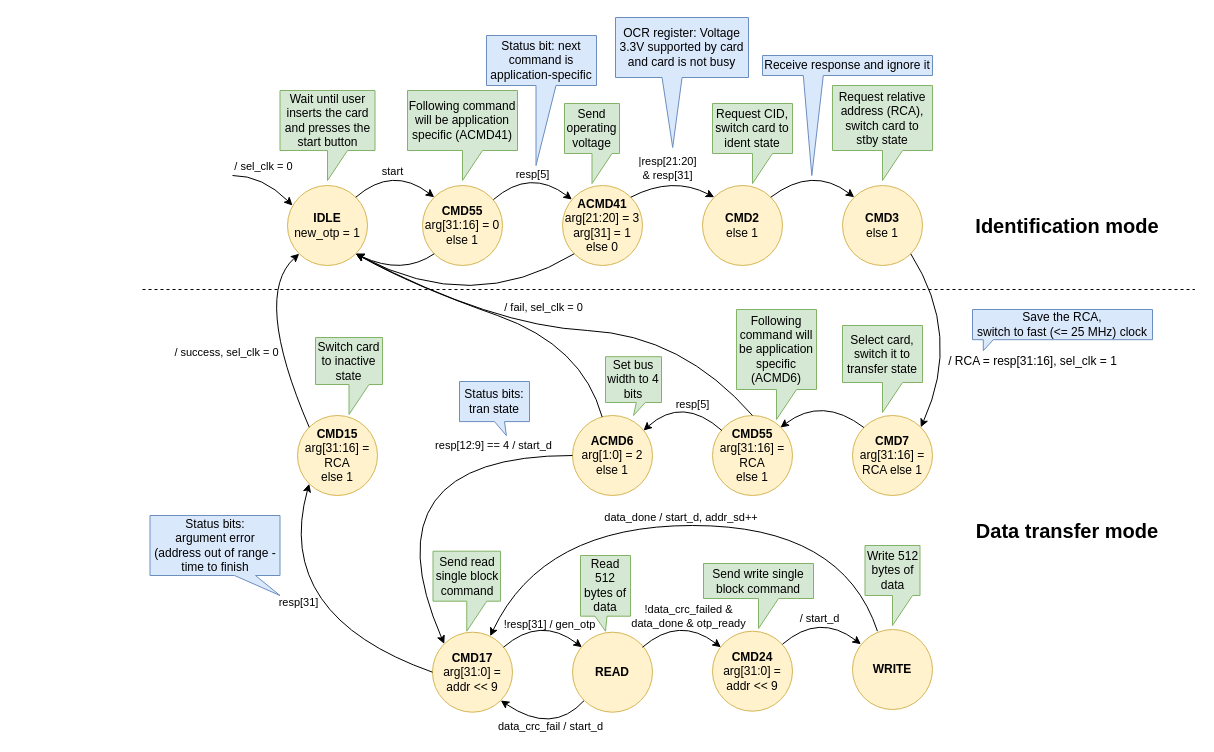
Before: docs/SD/SD_fpga_states.drawio in sirazenkov/GhostSD, a draw.io diagram. Source tidied: cells renumbered, new cells numbered last; positions are measured from the earlier drawing's top-left corner, leaving out a move shared by most shapes. Both pictures are drawn from the tidied source at 100%, with x=0, y=0 at pixel (142, 17).
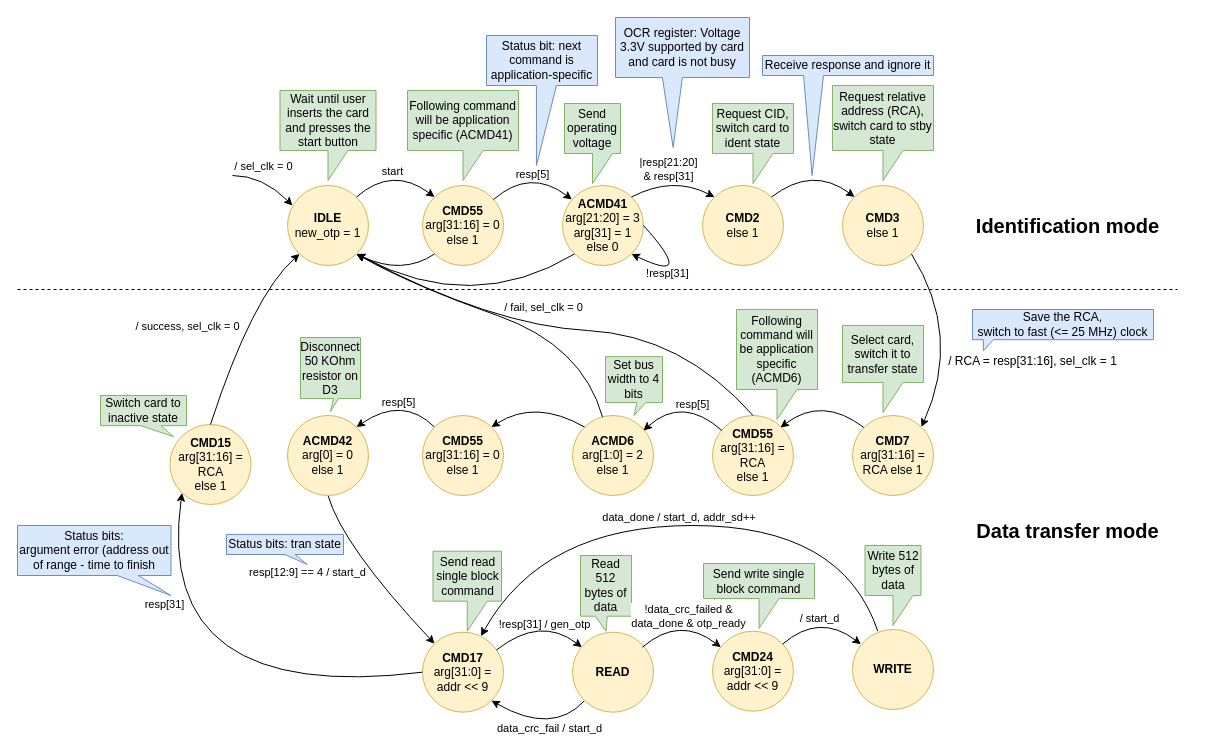
After the change.

Commit message (it also covers changes not shown here):
Added ACMD42 command on diagram and ACMD41 cycle

Change to the diagram source:
```diff
@@
     <mxCell id="2" value="&lt;b&gt;IDLE&lt;/b&gt;&lt;br&gt;new_otp = 1" style="ellipse;whiteSpace=wrap;html=1;fillColor=#fff2cc;strokeColor=#d6b656;" parent="1" vertex="1">
-      <mxGeometry x="145" y="168" width="80" height="80" as="geometry" />
+      <mxGeometry x="145" y="168" width="81" height="80" as="geometry" />
     </mxCell>
     <mxCell id="3" value="&lt;b&gt;CMD55&lt;br&gt;&lt;/b&gt;arg[31:16] = 0&lt;br&gt;else 1" style="ellipse;whiteSpace=wrap;html=1;fillColor=#fff2cc;strokeColor=#d6b656;" parent="1" vertex="1">
-      <mxGeometry x="280" y="168" width="80" height="80" as="geometry" />
+      <mxGeometry x="280" y="168" width="81" height="80" as="geometry" />
     </mxCell>
@@
     <mxCell id="8" value="&lt;b&gt;ACMD41&lt;/b&gt;&lt;br&gt;arg[21:20] = 3&lt;br&gt;arg[31] = 1&lt;br&gt;else 0" style="ellipse;whiteSpace=wrap;html=1;fillColor=#fff2cc;strokeColor=#d6b656;" parent="1" vertex="1">
-      <mxGeometry x="420" y="168" width="80" height="80" as="geometry" />
+      <mxGeometry x="420" y="168" width="81" height="80" as="geometry" />
     </mxCell>
@@
     <mxCell id="13" value="&lt;b&gt;CMD2&lt;/b&gt;&lt;br&gt;else 1" style="ellipse;whiteSpace=wrap;html=1;fillColor=#fff2cc;strokeColor=#d6b656;" parent="1" vertex="1">
-      <mxGeometry x="560" y="168" width="80" height="80" as="geometry" />
+      <mxGeometry x="560" y="168" width="81" height="80" as="geometry" />
     </mxCell>
@@
     <mxCell id="15" value="&lt;b&gt;CMD3&lt;/b&gt;&lt;br&gt;else 1" style="ellipse;whiteSpace=wrap;html=1;fillColor=#fff2cc;strokeColor=#d6b656;" parent="1" vertex="1">
-      <mxGeometry x="700" y="168" width="80" height="80" as="geometry" />
+      <mxGeometry x="700" y="168" width="81" height="80" as="geometry" />
     </mxCell>
@@
     <mxCell id="19" value="&lt;b&gt;CMD7&lt;/b&gt;&lt;br&gt;arg[31:16] = RCA else 1" style="ellipse;whiteSpace=wrap;html=1;fillColor=#fff2cc;strokeColor=#d6b656;" parent="1" vertex="1">
-      <mxGeometry x="710" y="398" width="80" height="80" as="geometry" />
+      <mxGeometry x="710" y="398" width="81" height="80" as="geometry" />
     </mxCell>
     <mxCell id="20" value="&lt;b&gt;CMD55&lt;/b&gt;&lt;br&gt;arg[31:16] = RCA&lt;br&gt;else 1" style="ellipse;whiteSpace=wrap;html=1;fillColor=#fff2cc;strokeColor=#d6b656;" parent="1" vertex="1">
-      <mxGeometry x="570" y="398" width="80" height="80" as="geometry" />
+      <mxGeometry x="570" y="398" width="81" height="80" as="geometry" />
     </mxCell>
@@
     <mxCell id="22" value="&lt;b&gt;ACMD6&lt;/b&gt;&lt;br&gt;arg[1:0] = 2&lt;br&gt;else 1" style="ellipse;whiteSpace=wrap;html=1;fillColor=#fff2cc;strokeColor=#d6b656;" parent="1" vertex="1">
-      <mxGeometry x="430" y="398" width="80" height="80" as="geometry" />
+      <mxGeometry x="430" y="398" width="81" height="80" as="geometry" />
     </mxCell>
@@
     <mxCell id="25" value="&lt;b&gt;CMD17&lt;/b&gt;&lt;br&gt;arg[31:0] = addr &amp;lt;&amp;lt; 9" style="ellipse;whiteSpace=wrap;html=1;fillColor=#fff2cc;strokeColor=#d6b656;" parent="1" vertex="1">
-      <mxGeometry x="290" y="614.7" width="80" height="80" as="geometry" />
+      <mxGeometry x="280" y="614.7" width="81" height="80" as="geometry" />
     </mxCell>
-    <mxCell id="26" style="curved=1;endArrow=none;html=1;rounded=0;entryX=0;entryY=0.5;entryDx=0;entryDy=0;exitX=0;exitY=0;exitDx=0;exitDy=0;startArrow=classic;startFill=1;endFill=0;" parent="1" edge="1" source="25" target="22">
+    <mxCell id="26" style="curved=1;endArrow=none;html=1;rounded=0;exitX=0;exitY=0;exitDx=0;exitDy=0;startArrow=classic;startFill=1;endFill=0;entryX=0.5;entryY=1;entryDx=0;entryDy=0;" parent="1" edge="1" source="25" target="72">
       <mxGeometry relative="1" as="geometry">
         <Array as="points">
-          <mxPoint x="220" y="438" />
+          <mxPoint x="200" y="528" />
         </Array>
       </mxGeometry>
     </mxCell>
     <mxCell id="27" value="resp[12:9] == 4 / start_d" style="edgeLabel;html=1;align=center;verticalAlign=middle;" parent="26" vertex="1">
       <mxGeometry x="0.23" y="-13" relative="1" as="geometry">
-        <mxPoint x="81" y="-24" as="offset" />
+        <mxPoint x="-58" y="21" as="offset" />
       </mxGeometry>
     </mxCell>
     <mxCell id="28" value="&lt;b&gt;CMD24&lt;/b&gt;&lt;br&gt;arg[31:0] = addr &amp;lt;&amp;lt; 9" style="ellipse;whiteSpace=wrap;html=1;fillColor=#fff2cc;strokeColor=#d6b656;" parent="1" vertex="1">
-      <mxGeometry x="570" y="613.7" width="80" height="80" as="geometry" />
+      <mxGeometry x="570" y="613.7" width="81" height="80" as="geometry" />
     </mxCell>
-    <mxCell id="29" style="curved=1;endArrow=classic;html=1;rounded=0;entryX=0;entryY=0;entryDx=0;entryDy=0;exitX=1;exitY=0;exitDx=0;exitDy=0;" parent="1" edge="1">
+    <mxCell id="29" style="curved=1;endArrow=classic;html=1;rounded=0;entryX=0;entryY=0;entryDx=0;entryDy=0;exitX=0.913;exitY=0.223;exitDx=0;exitDy=0;exitPerimeter=0;" parent="1" edge="1" source="25">
       <mxGeometry relative="1" as="geometry">
-        <mxPoint x="361" y="629.7" as="sourcePoint" />
         <mxPoint x="439.4" y="629.7" as="targetPoint" />
         <Array as="points">
           <mxPoint x="397.7" y="598" />
         </Array>
       </mxGeometry>
     </mxCell>
     <mxCell id="30" value="!resp[31] / gen_otp" style="edgeLabel;html=1;align=center;verticalAlign=middle;labelBackgroundColor=none;" parent="29" vertex="1">
       <mxGeometry x="-0.37" y="-7" relative="1" as="geometry">
-        <mxPoint x="17" y="-8" as="offset" />
+        <mxPoint x="17" y="-10" as="offset" />
       </mxGeometry>
     </mxCell>
@@
     <mxCell id="33" style="curved=1;endArrow=classic;html=1;rounded=0;exitX=0;exitY=0.5;exitDx=0;exitDy=0;entryX=0;entryY=1;entryDx=0;entryDy=0;" parent="1" edge="1" source="25" target="35">
       <mxGeometry relative="1" as="geometry">
         <Array as="points">
-          <mxPoint x="130" y="598" />
+          <mxPoint x="10" y="688" />
         </Array>
       </mxGeometry>
     </mxCell>
     <mxCell id="34" value="resp[31]" style="edgeLabel;html=1;align=center;verticalAlign=middle;" parent="33" vertex="1">
       <mxGeometry x="0.31" y="-50" relative="1" as="geometry">
-        <mxPoint x="-31" y="3" as="offset" />
+        <mxPoint x="-44" y="-62" as="offset" />
       </mxGeometry>
     </mxCell>
     <mxCell id="35" value="&lt;b&gt;CMD15&lt;/b&gt;&lt;br&gt;arg[31:16] = RCA&lt;br&gt;else 1" style="ellipse;whiteSpace=wrap;html=1;fillColor=#fff2cc;strokeColor=#d6b656;" parent="1" vertex="1">
-      <mxGeometry x="155" y="398" width="80" height="80" as="geometry" />
+      <mxGeometry x="27.5" y="407" width="81" height="80" as="geometry" />
     </mxCell>
-    <mxCell id="36" style="curved=1;endArrow=classic;html=1;rounded=0;entryX=0;entryY=1;entryDx=0;entryDy=0;exitX=0;exitY=0;exitDx=0;exitDy=0;" parent="1" edge="1" source="35" target="2">
+    <mxCell id="36" style="curved=1;endArrow=classic;html=1;rounded=0;entryX=0;entryY=1;entryDx=0;entryDy=0;exitX=0.5;exitY=0;exitDx=0;exitDy=0;" parent="1" edge="1" source="35" target="2">
       <mxGeometry relative="1" as="geometry">
         <Array as="points">
           <mxPoint x="110" y="278" />
         </Array>
       </mxGeometry>
     </mxCell>
     <mxCell id="37" value="/ success, sel_clk = 0" style="edgeLabel;html=1;align=center;verticalAlign=middle;" parent="36" vertex="1">
       <mxGeometry x="-0.37" y="-7" relative="1" as="geometry">
-        <mxPoint x="-64" y="-13" as="offset" />
+        <mxPoint x="-50" y="-41" as="offset" />
       </mxGeometry>
     </mxCell>
     <mxCell id="38" value="Wait until user inserts the card and presses the start button" style="shape=callout;whiteSpace=wrap;html=1;perimeter=calloutPerimeter;fillColor=#d5e8d4;strokeColor=#82b366;" parent="1" vertex="1">
-      <mxGeometry x="137.5" y="73" width="95" height="90" as="geometry" />
+      <mxGeometry x="137.5" y="73" width="96" height="90" as="geometry" />
     </mxCell>
     <mxCell id="39" value="Following command will be application specific (ACMD41)" style="shape=callout;whiteSpace=wrap;html=1;perimeter=calloutPerimeter;fillColor=#d5e8d4;strokeColor=#82b366;" parent="1" vertex="1">
-      <mxGeometry x="265" y="73" width="110" height="90" as="geometry" />
+      <mxGeometry x="265" y="73" width="111" height="90" as="geometry" />
     </mxCell>
@@
     <mxCell id="44" value="Send read single block command" style="shape=callout;whiteSpace=wrap;html=1;perimeter=calloutPerimeter;fillColor=#d5e8d4;strokeColor=#82b366;" parent="1" vertex="1">
-      <mxGeometry x="290.5" y="533.7" width="67.5" height="80" as="geometry" />
+      <mxGeometry x="290.5" y="533.7" width="68.5" height="80" as="geometry" />
     </mxCell>
     <mxCell id="45" value="Send write single block command" style="shape=callout;whiteSpace=wrap;html=1;perimeter=calloutPerimeter;fillColor=#d5e8d4;strokeColor=#82b366;" parent="1" vertex="1">
-      <mxGeometry x="561" y="546" width="110" height="65" as="geometry" />
+      <mxGeometry x="561" y="546" width="111" height="65" as="geometry" />
     </mxCell>
-    <mxCell id="46" value="Switch card to inactive state" style="shape=callout;whiteSpace=wrap;html=1;perimeter=calloutPerimeter;fillColor=#d5e8d4;strokeColor=#82b366;" parent="1" vertex="1">
-      <mxGeometry x="173" y="320" width="67" height="77" as="geometry" />
+    <mxCell id="46" value="Switch card to inactive state" style="shape=callout;whiteSpace=wrap;html=1;perimeter=calloutPerimeter;fillColor=#d5e8d4;strokeColor=#82b366;position2=0.85;base=20;size=11;position=0.47;" parent="1" vertex="1">
+      <mxGeometry x="-42" y="378" width="86" height="41.2" as="geometry" />
     </mxCell>
     <mxCell id="47" value="Set bus width to 4 bits" style="shape=callout;whiteSpace=wrap;html=1;perimeter=calloutPerimeter;fillColor=#d5e8d4;strokeColor=#82b366;size=13;position=0.55;base=9;" parent="1" vertex="1">
-      <mxGeometry x="463" y="339.2" width="56" height="58.8" as="geometry" />
+      <mxGeometry x="463" y="339.2" width="57" height="58.8" as="geometry" />
     </mxCell>
     <mxCell id="48" value="Following command will be application specific (ACMD6)" style="shape=callout;whiteSpace=wrap;html=1;perimeter=calloutPerimeter;fillColor=#d5e8d4;strokeColor=#82b366;" parent="1" vertex="1">
-      <mxGeometry x="594" y="292" width="80" height="110" as="geometry" />
+      <mxGeometry x="594" y="292" width="81" height="110" as="geometry" />
     </mxCell>
     <mxCell id="49" value="Send operating voltage" style="shape=callout;whiteSpace=wrap;html=1;perimeter=calloutPerimeter;fillColor=#d5e8d4;strokeColor=#82b366;" parent="1" vertex="1">
-      <mxGeometry x="422" y="86" width="55" height="80" as="geometry" />
+      <mxGeometry x="422" y="86" width="56" height="80" as="geometry" />
     </mxCell>
     <mxCell id="50" value="Request CID, switch card to ident state" style="shape=callout;whiteSpace=wrap;html=1;perimeter=calloutPerimeter;fillColor=#d5e8d4;strokeColor=#82b366;" parent="1" vertex="1">
-      <mxGeometry x="570" y="86" width="80" height="80" as="geometry" />
+      <mxGeometry x="570" y="86" width="81" height="80" as="geometry" />
     </mxCell>
     <mxCell id="51" value="Request relative address (RCA), switch card to stby state" style="shape=callout;whiteSpace=wrap;html=1;perimeter=calloutPerimeter;fillColor=#d5e8d4;strokeColor=#82b366;" parent="1" vertex="1">
-      <mxGeometry x="690" y="68" width="100" height="95" as="geometry" />
+      <mxGeometry x="690" y="68" width="101" height="95" as="geometry" />
     </mxCell>
     <mxCell id="52" style="endArrow=none;dashed=1;html=1;rounded=0;" parent="1" edge="1">
       <mxGeometry relative="1" as="geometry">
-        <mxPoint y="272" as="sourcePoint" />
-        <mxPoint x="1052.4" y="272" as="targetPoint" />
+        <mxPoint x="-125" y="272" as="sourcePoint" />
+        <mxPoint x="1035" y="272" as="targetPoint" />
       </mxGeometry>
     </mxCell>
     <mxCell id="53" value="&lt;font style=&quot;font-size: 20px;&quot;&gt;&lt;b&gt;Identification mode&lt;/b&gt;&lt;/font&gt;" style="text;html=1;strokeColor=none;fillColor=none;align=center;verticalAlign=middle;whiteSpace=wrap;rounded=0;labelBackgroundColor=none;" parent="1" vertex="1">
-      <mxGeometry x="830" y="193" width="190" height="30" as="geometry" />
+      <mxGeometry x="830" y="193" width="191" height="30" as="geometry" />
     </mxCell>
     <mxCell id="54" value="&lt;font style=&quot;font-size: 20px;&quot;&gt;&lt;b&gt;Data transfer mode&lt;/b&gt;&lt;/font&gt;" style="text;html=1;strokeColor=none;fillColor=none;align=center;verticalAlign=middle;whiteSpace=wrap;rounded=0;labelBackgroundColor=none;" parent="1" vertex="1">
-      <mxGeometry x="830" y="498" width="190" height="30" as="geometry" />
+      <mxGeometry x="830" y="498" width="191" height="30" as="geometry" />
     </mxCell>
     <mxCell id="55" value="Select card, switch it to transfer state" style="shape=callout;whiteSpace=wrap;html=1;perimeter=calloutPerimeter;fillColor=#d5e8d4;strokeColor=#82b366;" parent="1" vertex="1">
-      <mxGeometry x="700" y="308" width="80" height="87" as="geometry" />
+      <mxGeometry x="700" y="308" width="81" height="87" as="geometry" />
     </mxCell>
     <mxCell id="56" value="Status bit: next command is application-specific" style="shape=callout;whiteSpace=wrap;html=1;perimeter=calloutPerimeter;fillColor=#dae8fc;strokeColor=#6c8ebf;size=80;position=0.45;position2=0.45;" parent="1" vertex="1">
-      <mxGeometry x="344" y="18" width="110" height="130" as="geometry" />
+      <mxGeometry x="344" y="18" width="111" height="130" as="geometry" />
     </mxCell>
     <mxCell id="57" value="OCR register: Voltage 3.3V supported by card and card is not busy" style="shape=callout;whiteSpace=wrap;html=1;perimeter=calloutPerimeter;fillColor=#dae8fc;strokeColor=#6c8ebf;size=70;position=0.35;position2=0.43;" parent="1" vertex="1">
-      <mxGeometry x="473" width="133" height="130" as="geometry" />
+      <mxGeometry x="473" width="134" height="130" as="geometry" />
     </mxCell>
     <mxCell id="58" value="Receive response and ignore it" style="shape=callout;whiteSpace=wrap;html=1;perimeter=calloutPerimeter;fillColor=#dae8fc;strokeColor=#6c8ebf;size=100;position=0.24;position2=0.29;" parent="1" vertex="1">
-      <mxGeometry x="620" y="38" width="170" height="120" as="geometry" />
+      <mxGeometry x="620" y="38" width="171" height="120" as="geometry" />
     </mxCell>
     <mxCell id="59" value="Save the RCA,&lt;br&gt;switch to fast (&amp;lt;= 25 MHz) clock" style="shape=callout;whiteSpace=wrap;html=1;perimeter=calloutPerimeter;fillColor=#dae8fc;strokeColor=#6c8ebf;size=11;position=0.06;position2=0.06;base=10;" parent="1" vertex="1">
-      <mxGeometry x="830" y="292" width="180" height="41.2" as="geometry" />
+      <mxGeometry x="830" y="292" width="181" height="41.2" as="geometry" />
     </mxCell>
-    <mxCell id="60" value="Status bits: tran state" style="shape=callout;whiteSpace=wrap;html=1;perimeter=calloutPerimeter;fillColor=#dae8fc;strokeColor=#6c8ebf;size=14;position=0.5;position2=0.67;base=10;" parent="1" vertex="1">
-      <mxGeometry x="317" y="364" width="70" height="54.1" as="geometry" />
+    <mxCell id="60" value="Status bits: tran state" style="shape=callout;whiteSpace=wrap;html=1;perimeter=calloutPerimeter;fillColor=#dae8fc;strokeColor=#6c8ebf;size=10;position=0.5;position2=0.69;base=10;" parent="1" vertex="1">
+      <mxGeometry x="84" y="516.9" width="117" height="30.1" as="geometry" />
     </mxCell>
     <mxCell id="61" value="Status bits:&lt;br&gt;argument error (address out of range - time to finish" style="shape=callout;whiteSpace=wrap;html=1;perimeter=calloutPerimeter;fillColor=#dae8fc;strokeColor=#6c8ebf;size=20;position=0.65;position2=1;base=21;" parent="1" vertex="1">
-      <mxGeometry x="7.5" y="498" width="130" height="80" as="geometry" />
+      <mxGeometry x="-125" y="508" width="153.5" height="70" as="geometry" />
     </mxCell>
@@
     <mxCell id="64" value="Read 512 bytes of data" style="shape=callout;whiteSpace=wrap;html=1;perimeter=calloutPerimeter;fillColor=#d5e8d4;strokeColor=#82b366;size=15;position=0.29;base=12;" parent="1" vertex="1">
-      <mxGeometry x="438" y="538" width="50" height="75.7" as="geometry" />
+      <mxGeometry x="438" y="538" width="51" height="75.7" as="geometry" />
     </mxCell>
     <mxCell id="65" value="&lt;b&gt;READ&lt;/b&gt;" style="ellipse;whiteSpace=wrap;html=1;fillColor=#fff2cc;strokeColor=#d6b656;" parent="1" vertex="1">
-      <mxGeometry x="430" y="614.7" width="80" height="80" as="geometry" />
+      <mxGeometry x="430" y="614.7" width="81" height="80" as="geometry" />
     </mxCell>
     <mxCell id="66" value="&lt;b&gt;WRITE&lt;/b&gt;" style="ellipse;whiteSpace=wrap;html=1;fillColor=#fff2cc;strokeColor=#d6b656;" parent="1" vertex="1">
-      <mxGeometry x="710" y="612" width="80" height="80" as="geometry" />
+      <mxGeometry x="710" y="612" width="81" height="80" as="geometry" />
     </mxCell>
@@
     <mxCell id="69" value="Write 512 bytes of data" style="shape=callout;whiteSpace=wrap;html=1;perimeter=calloutPerimeter;fillColor=#d5e8d4;strokeColor=#82b366;" parent="1" vertex="1">
-      <mxGeometry x="722.5" y="528" width="55" height="80" as="geometry" />
+      <mxGeometry x="722.5" y="528" width="56" height="80" as="geometry" />
     </mxCell>
@@
+    <mxCell id="72" value="&lt;b&gt;ACMD42&lt;/b&gt;&lt;br&gt;arg[0] = 0&lt;br&gt;else 1" style="ellipse;whiteSpace=wrap;html=1;fillColor=#fff2cc;strokeColor=#d6b656;" parent="1" vertex="1">
+      <mxGeometry x="145" y="398" width="81" height="80" as="geometry" />
+    </mxCell>
+    <mxCell id="73" style="curved=1;endArrow=none;html=1;rounded=0;exitX=1;exitY=0;exitDx=0;exitDy=0;startArrow=classic;startFill=1;endFill=0;entryX=0;entryY=0;entryDx=0;entryDy=0;" parent="1" edge="1" source="72" target="75">
+      <mxGeometry relative="1" as="geometry">
+        <Array as="points">
+          <mxPoint x="260" y="378" />
+        </Array>
+      </mxGeometry>
+    </mxCell>
+    <mxCell id="74" value="resp[5]" style="edgeLabel;html=1;align=center;verticalAlign=middle;" parent="73" vertex="1">
+      <mxGeometry x="-0.37" y="-7" relative="1" as="geometry">
+        <mxPoint x="11" y="-13" as="offset" />
+      </mxGeometry>
+    </mxCell>
+    <mxCell id="75" value="&lt;b&gt;CMD55&lt;br&gt;&lt;/b&gt;arg[31:16] = 0&lt;br&gt;else 1" style="ellipse;whiteSpace=wrap;html=1;fillColor=#fff2cc;strokeColor=#d6b656;" parent="1" vertex="1">
+      <mxGeometry x="280" y="398" width="81" height="80" as="geometry" />
+    </mxCell>
+    <mxCell id="76" style="curved=1;endArrow=none;html=1;rounded=0;exitX=1;exitY=0;exitDx=0;exitDy=0;entryX=0;entryY=0;entryDx=0;entryDy=0;startArrow=classic;startFill=1;endFill=0;" parent="1" edge="1" source="75" target="22">
+      <mxGeometry relative="1" as="geometry">
+        <Array as="points">
+          <mxPoint x="392.7" y="381.3" />
+        </Array>
+      </mxGeometry>
+    </mxCell>
+    <mxCell id="77" value="Disconnect 50 KOhm resistor on D3" style="shape=callout;whiteSpace=wrap;html=1;perimeter=calloutPerimeter;fillColor=#d5e8d4;strokeColor=#82b366;size=13;position=0.55;base=5;" parent="1" vertex="1">
+      <mxGeometry x="158" y="320" width="60" height="74" as="geometry" />
+    </mxCell>
+    <mxCell id="78" style="curved=1;endArrow=classic;html=1;rounded=0;entryX=1;entryY=1;entryDx=0;entryDy=0;exitX=1;exitY=0.5;exitDx=0;exitDy=0;" parent="1" edge="1" source="8" target="8">
+      <mxGeometry relative="1" as="geometry">
+        <Array as="points">
+          <mxPoint x="555" y="268" />
+        </Array>
+      </mxGeometry>
+    </mxCell>
+    <mxCell id="79" value="!resp[31]" style="edgeLabel;html=1;align=center;verticalAlign=middle;" parent="78" vertex="1">
+      <mxGeometry x="0.34" y="-23" relative="1" as="geometry">
+        <mxPoint x="-20" y="18" as="offset" />
+      </mxGeometry>
+    </mxCell>
```
